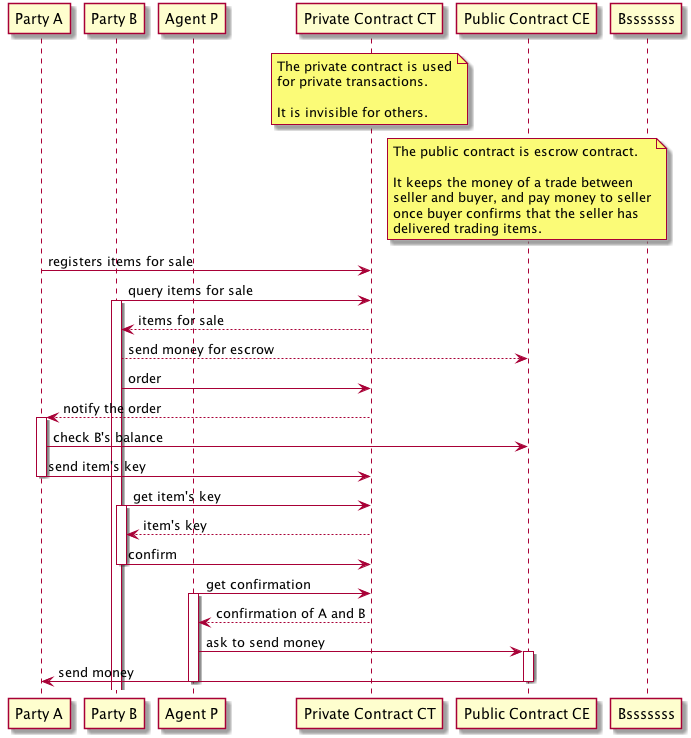
Above: examples/cpchain/transactions/private-tx/process.png in CPChain/chain (PlantUML), before the change. Its diagram source:
```plantuml
@startuml
participant "Party A" as A
participant "Party B" as B
participant "Agent P" as P
participant "Private Contract CT" as CT
participant "Public Contract CE" as CE

note over of CT
	The private contract is used
	for private transactions.

	It is invisible for others.
end note

note over of CE
	The public contract is escrow contract.

	It keeps the money of a trade between
	seller and buyer, and pay money to seller
	once buyer confirms that the seller has
	delivered trading items.
end note

A -> CT: registers items for sale
B -> CT: query items for sale
activate B
CT --> B: items for sale
B --> CE: send money for escrow
B -> CT: order
deactivate Bsssssss

CT --> A: notify the order
activate A
A -> CE: check B's balance
A -> CT: send item's key
deactivate A

B -> CT: get item's key
activate B
CT -->B: item's key
B -> CT: confirm
deactivate B

P -> CT: get confirmation
activate P
CT --> P: confirmation of A and B
P -> CE: ask to send money
activate CE
CE -> A: send money
deactivate P
deactivate CE

@enduml
```
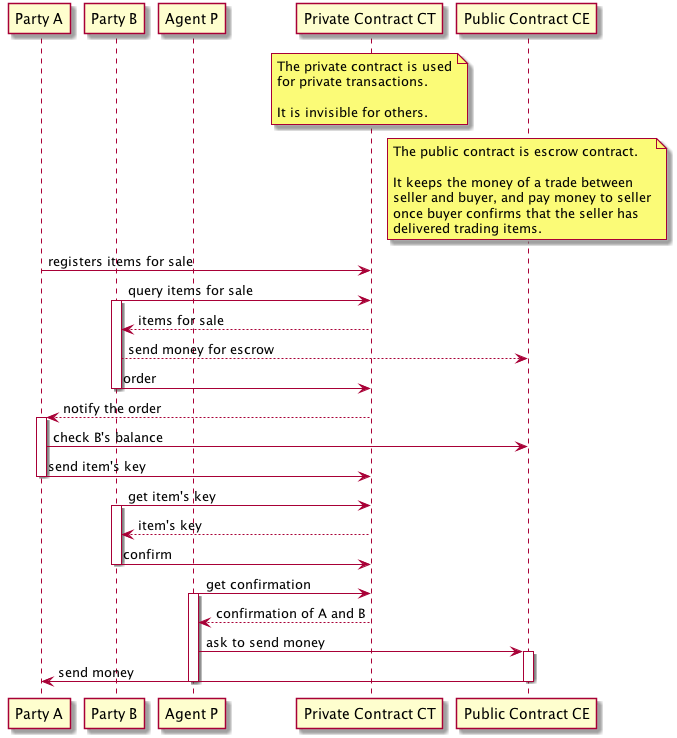
After the change.

Commit message:
CHAIN-105 modify the diagram

Change to the diagram source:
```diff
@@ -27,7 +27,7 @@
 CT --> B: items for sale
 B --> CE: send money for escrow
 B -> CT: order
-deactivate Bsssssss
+deactivate B
 
 CT --> A: notify the order
 activate A
```
